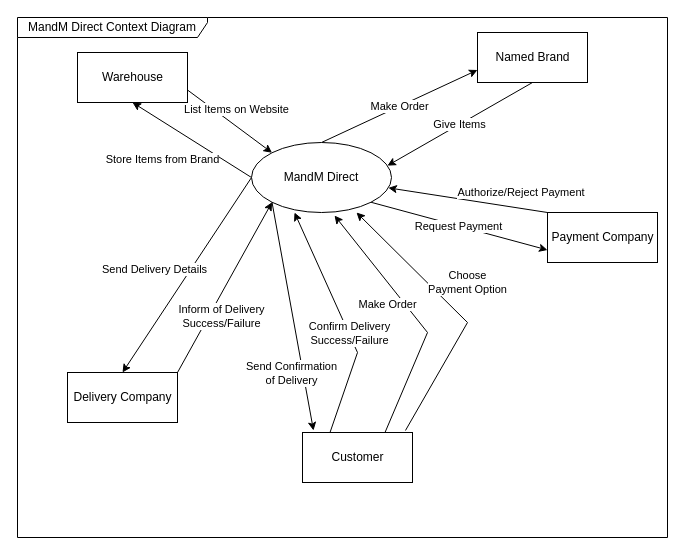
Earlier version of the draw.io diagram week1/Context Diagram Shop.drawio (Darren-ODonnell/BusinessModellingDiagrams). Source tidied: cells renumbered, new cells numbered last; positions are measured from the earlier drawing's top-left corner, leaving out a move shared by most shapes. Both pictures are drawn from the tidied source at 100%, with x=0, y=0 at pixel (17, 17).
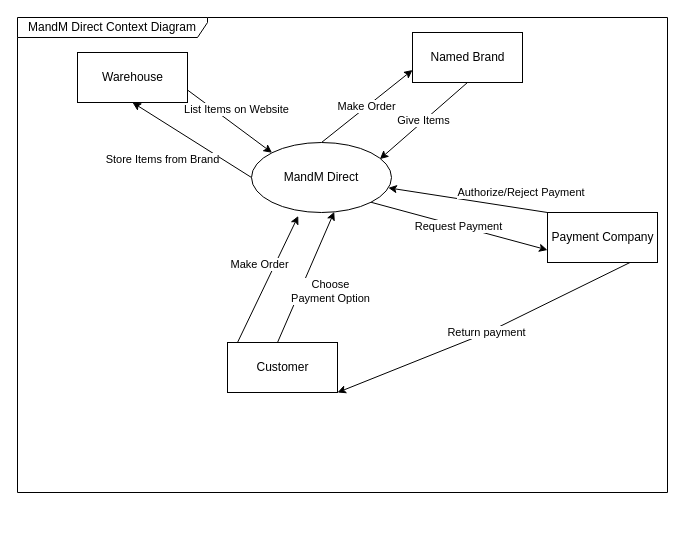
The same diagram, later.

Unchanged cells that the change refers to:
```xml
<mxCell id="8" value="MandM Direct" style="ellipse;whiteSpace=wrap;html=1;" parent="1" vertex="1">
  <mxGeometry x="234" y="125" width="140" height="70" as="geometry" />
</mxCell>
<mxCell id="12" value="Payment Company" style="html=1;" parent="1" vertex="1">
  <mxGeometry x="530" y="195" width="110" height="50" as="geometry" />
</mxCell>
```

Diff of the diagram source:
```diff
@@
     <mxCell id="2" value="MandM Direct Context Diagram" style="shape=umlFrame;whiteSpace=wrap;html=1;width=190;height=20;" parent="1" vertex="1">
-      <mxGeometry width="650" height="520" as="geometry" />
+      <mxGeometry width="650" height="475" as="geometry" />
     </mxCell>
@@
-    <mxCell id="4" value="Send Delivery Details" style="edgeStyle=none;rounded=0;jettySize=auto;html=1;exitX=0;exitY=0.5;exitDx=0;exitDy=0;entryX=0.5;entryY=0;entryDx=0;entryDy=0;" parent="1" edge="1" source="8" target="14">
-      <mxGeometry x="0.11" y="-30" relative="1" as="geometry" />
-    </mxCell>
@@
-    <mxCell id="7" value="Send Confirmation &lt;br&gt;of Delivery" style="edgeStyle=none;rounded=0;jettySize=auto;html=1;exitX=0;exitY=1;exitDx=0;exitDy=0;entryX=0.1;entryY=-0.04;entryDx=0;entryDy=0;entryPerimeter=0;" parent="1" edge="1" source="8" target="18">
-      <mxGeometry x="0.48" y="-11" relative="1" as="geometry" />
-    </mxCell>
@@
-    <mxCell id="13" value="Inform of Delivery &lt;br&gt;Success/Failure" style="edgeStyle=none;rounded=0;jettySize=auto;html=1;exitX=1;exitY=0;exitDx=0;exitDy=0;entryX=0;entryY=1;entryDx=0;entryDy=0;" parent="1" edge="1" source="14" target="8">
-      <mxGeometry x="-0.28" y="-11" relative="1" as="geometry" />
-    </mxCell>
-    <mxCell id="14" value="Delivery Company" style="html=1;" parent="1" vertex="1">
-      <mxGeometry x="50" y="355" width="110" height="50" as="geometry" />
-    </mxCell>
-    <mxCell id="15" value="Make Order" style="edgeStyle=none;rounded=0;jettySize=auto;html=1;exitX=0.75;exitY=0;exitDx=0;exitDy=0;entryX=0.593;entryY=1.043;entryDx=0;entryDy=0;entryPerimeter=0;" parent="1" edge="1" source="18" target="8">
+    <mxCell id="15" value="Make Order" style="edgeStyle=none;rounded=0;jettySize=auto;html=1;exitX=0;exitY=0;exitDx=0;exitDy=0;entryX=0.334;entryY=1.049;entryDx=0;entryDy=0;entryPerimeter=0;" parent="1" edge="1" source="18" target="8">
       <mxGeometry x="0.2" y="14" relative="1" as="geometry">
         <Array as="points">
-          <mxPoint x="410" y="315" />
+          <mxPoint x="220" y="325" />
         </Array>
       </mxGeometry>
     </mxCell>
-    <mxCell id="16" value="Choose &lt;br&gt;Payment Option" style="edgeStyle=none;rounded=0;jettySize=auto;html=1;exitX=0.936;exitY=-0.04;exitDx=0;exitDy=0;entryX=0.75;entryY=1;entryDx=0;entryDy=0;entryPerimeter=0;exitPerimeter=0;" parent="1" edge="1" source="18" target="8">
+    <mxCell id="16" value="Choose &lt;br&gt;Payment Option" style="edgeStyle=none;rounded=0;jettySize=auto;html=1;exitX=0.25;exitY=0;exitDx=0;exitDy=0;entryX=0.591;entryY=0.991;entryDx=0;entryDy=0;entryPerimeter=0;" parent="1" edge="1" source="18" target="8">
       <mxGeometry x="0.09" y="-28" relative="1" as="geometry">
         <Array as="points">
-          <mxPoint x="450" y="305" />
+          <mxPoint x="260" y="325" />
         </Array>
       </mxGeometry>
     </mxCell>
-    <mxCell id="17" value="Confirm Delivery &lt;br&gt;Success/Failure" style="edgeStyle=none;rounded=0;jettySize=auto;html=1;exitX=0.25;exitY=0;exitDx=0;exitDy=0;entryX=0.307;entryY=1;entryDx=0;entryDy=0;entryPerimeter=0;" parent="1" edge="1" source="18" target="8">
-      <mxGeometry x="-0.12" relative="1" as="geometry">
-        <Array as="points">
-          <mxPoint x="340" y="335" />
-        </Array>
-      </mxGeometry>
-    </mxCell>
     <mxCell id="18" value="Customer" style="html=1;" parent="1" vertex="1">
-      <mxGeometry x="285" y="415" width="110" height="50" as="geometry" />
+      <mxGeometry x="210" y="325" width="110" height="50" as="geometry" />
     </mxCell>
-    <mxCell id="19" value="Give Items" style="edgeStyle=none;rounded=0;jettySize=auto;html=1;exitX=0.5;exitY=1;exitDx=0;exitDy=0;entryX=0.971;entryY=0.331;entryDx=0;entryDy=0;entryPerimeter=0;" parent="1" edge="1" source="20" target="8">
+    <mxCell id="19" value="Give Items" style="edgeStyle=none;rounded=0;jettySize=auto;html=1;exitX=0.5;exitY=1;exitDx=0;exitDy=0;entryX=0.917;entryY=0.237;entryDx=0;entryDy=0;entryPerimeter=0;" parent="1" edge="1" source="20" target="8">
       <mxGeometry relative="1" as="geometry" />
     </mxCell>
     <mxCell id="20" value="Named Brand" style="html=1;" parent="1" vertex="1">
-      <mxGeometry x="460" y="15" width="110" height="50" as="geometry" />
+      <mxGeometry x="395" y="15" width="110" height="50" as="geometry" />
     </mxCell>
+    <mxCell id="21" value="Return payment" style="edgeStyle=none;rounded=0;jettySize=auto;html=1;exitX=0.75;exitY=1;exitDx=0;exitDy=0;entryX=1;entryY=1;entryDx=0;entryDy=0;" parent="1" edge="1" source="12" target="18">
+      <mxGeometry relative="1" as="geometry">
+        <Array as="points">
+          <mxPoint x="470" y="315" />
+        </Array>
+      </mxGeometry>
+    </mxCell>
```
